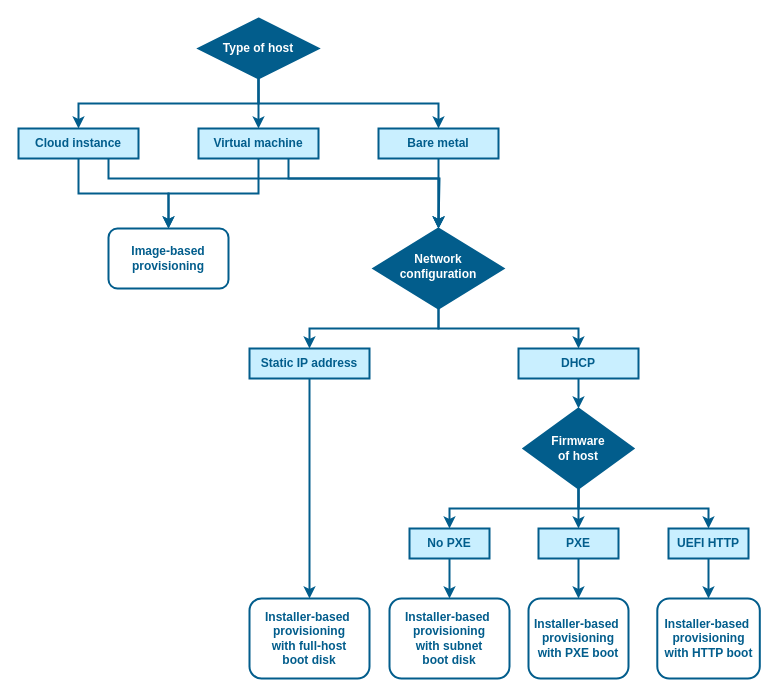
The draw.io diagram guides/image-sources/provisioning-method-selection.drawio in theforeman/foreman-documentation, before the edit. Source tidied: cells renumbered, new cells numbered last; positions are measured from the earlier drawing's top-left corner, leaving out a move shared by most shapes. Both pictures are drawn from the tidied source at 100%, with x=0, y=0 at pixel (18, 18).
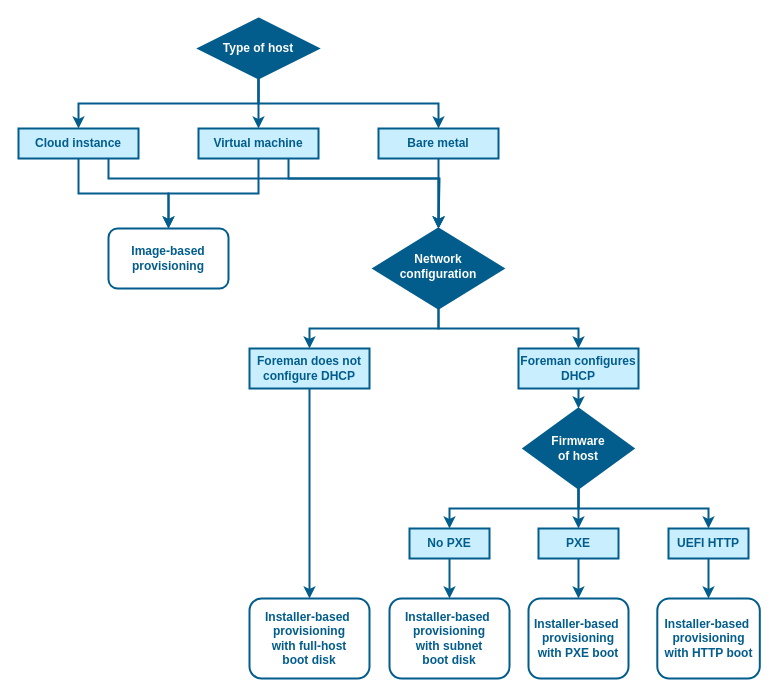
After the change.

Commit message (it also covers changes not shown here):
Fix selection diagram based on whether Foreman manages DHCP (#3450)

* Fix selection based on whether Foreman manages DHCP
* Rephrase

The edit, as a diff of the source:
```diff
@@
-    <mxCell id="19" value="Static IP address" style="rounded=0;whiteSpace=wrap;html=1;fontColor=#025d8c;fontStyle=1;strokeColor=#025d8c;strokeWidth=2;fillColor=#C9EFFF;" parent="1" vertex="1">
-      <mxGeometry x="231" y="330" width="120" height="30" as="geometry" />
+    <mxCell id="19" value="Foreman does not configure DHCP" style="rounded=0;whiteSpace=wrap;html=1;fontColor=#025d8c;fontStyle=1;strokeColor=#025d8c;strokeWidth=2;fillColor=#C9EFFF;" parent="1" vertex="1">
+      <mxGeometry x="231" y="330" width="120" height="40" as="geometry" />
     </mxCell>
@@
-    <mxCell id="21" value="DHCP" style="rounded=0;whiteSpace=wrap;html=1;fontColor=#025d8c;fontStyle=1;strokeColor=#025d8c;strokeWidth=2;fillColor=#C9EFFF;" parent="1" vertex="1">
-      <mxGeometry x="500" y="330" width="120" height="30" as="geometry" />
+    <mxCell id="21" value="Foreman configures DHCP" style="rounded=0;whiteSpace=wrap;html=1;fontColor=#025d8c;fontStyle=1;strokeColor=#025d8c;strokeWidth=2;fillColor=#C9EFFF;" parent="1" vertex="1">
+      <mxGeometry x="500" y="330" width="120" height="40" as="geometry" />
     </mxCell>
```
